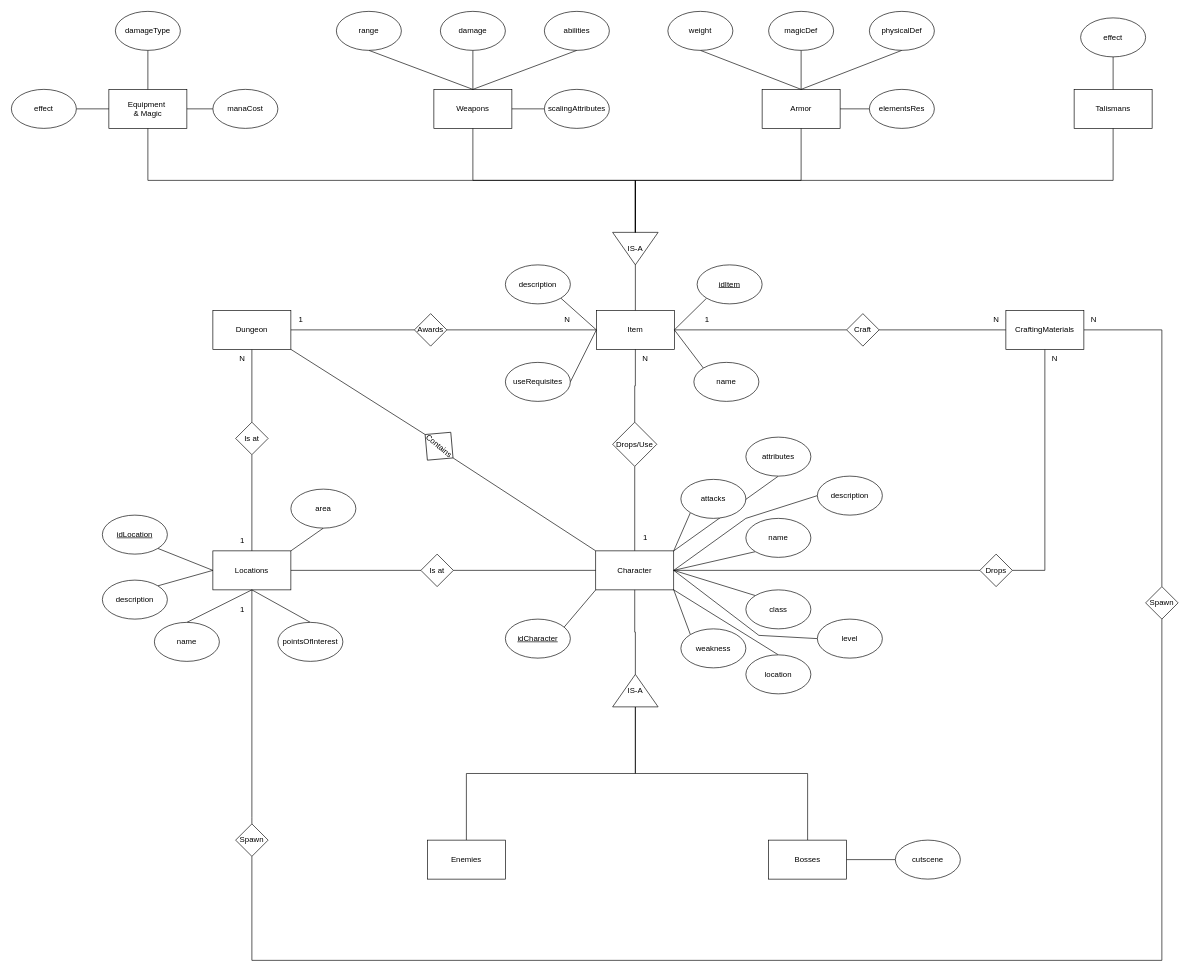
This is BD-Project/DER_Proj.drawio from aokiLourenco/BD, a draw.io file, before an edit. Source tidied: cells renumbered, new cells numbered last; positions are measured from the earlier drawing's top-left corner, leaving out a move shared by most shapes. Both pictures are drawn from the tidied source at 65%, with x=0, y=0 at pixel (11, 11).
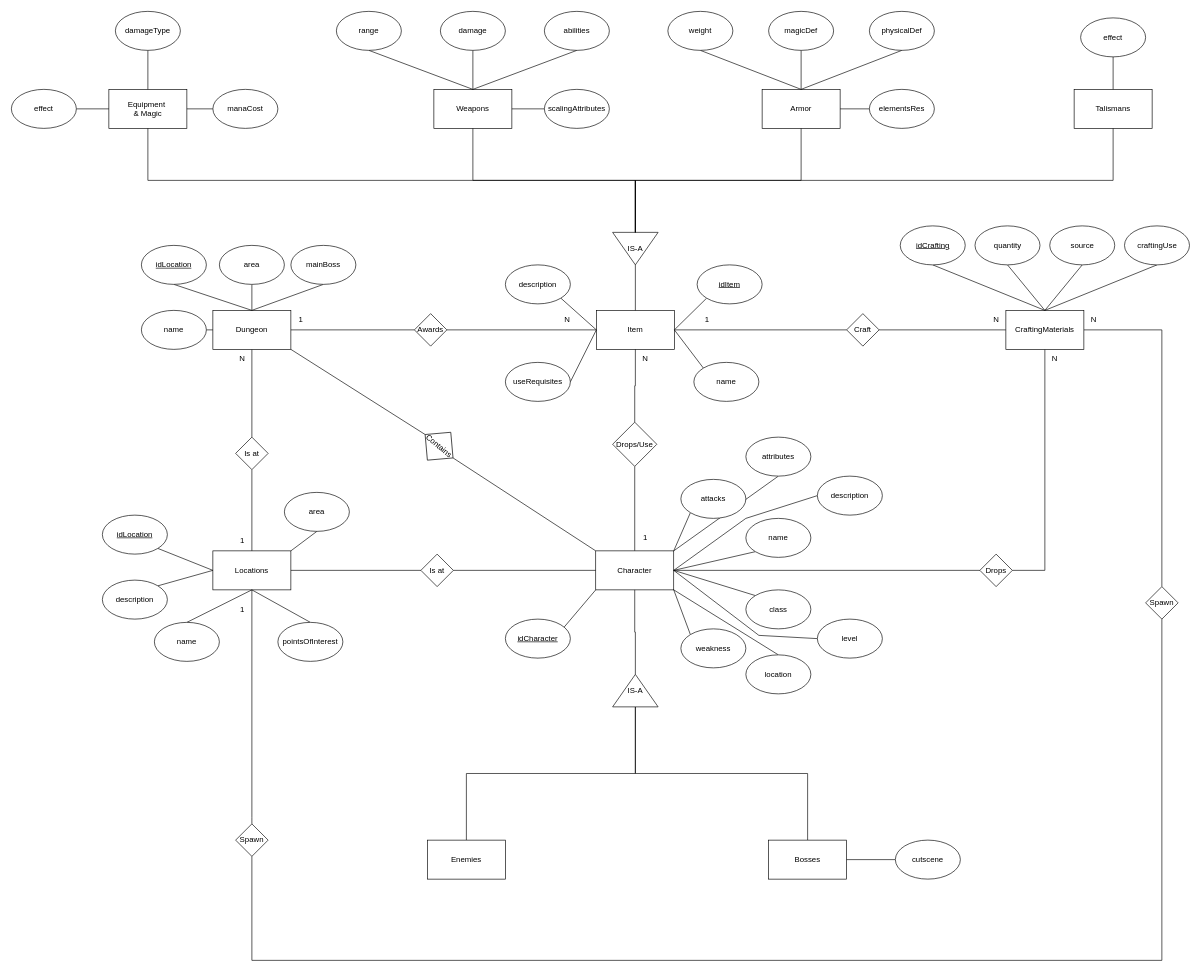
After the change.

The change refers to these unchanged cells:
```xml
<mxCell id="97" value="Dungeon" style="rounded=0;whiteSpace=wrap;html=1;" parent="1" vertex="1">
  <mxGeometry x="310" y="460" width="120" height="60" as="geometry" />
</mxCell>
<mxCell id="104" value="CraftingMaterials" style="rounded=0;whiteSpace=wrap;html=1;" parent="1" vertex="1">
  <mxGeometry x="1530" y="460" width="120" height="60" as="geometry" />
</mxCell>
```

Change to the diagram source:
```diff
@@
     <mxCell id="76" value="area" style="ellipse;whiteSpace=wrap;html=1;" parent="1" vertex="1">
-      <mxGeometry x="430" y="735" width="100" height="60" as="geometry" />
+      <mxGeometry x="420" y="740" width="100" height="60" as="geometry" />
     </mxCell>
@@
     <mxCell id="101" value="Is at" style="rhombus;whiteSpace=wrap;html=1;" parent="1" vertex="1">
-      <mxGeometry x="345" y="632" width="50" height="50" as="geometry" />
+      <mxGeometry x="345" y="655" width="50" height="50" as="geometry" />
     </mxCell>
@@
+    <mxCell id="122" style="rounded=0;jettySize=auto;html=1;exitX=0.5;exitY=1;exitDx=0;exitDy=0;entryX=0.5;entryY=0;entryDx=0;entryDy=0;endArrow=none;endFill=0;" parent="1" edge="1" source="123" target="97">
+      <mxGeometry relative="1" as="geometry" />
+    </mxCell>
+    <mxCell id="123" value="&lt;u&gt;idLocation&lt;/u&gt;" style="ellipse;whiteSpace=wrap;html=1;" parent="1" vertex="1">
+      <mxGeometry x="200" y="360" width="100" height="60" as="geometry" />
+    </mxCell>
+    <mxCell id="124" style="rounded=0;jettySize=auto;html=1;exitX=1;exitY=0.5;exitDx=0;exitDy=0;entryX=0;entryY=0.5;entryDx=0;entryDy=0;endArrow=none;endFill=0;" parent="1" edge="1" source="125" target="97">
+      <mxGeometry relative="1" as="geometry" />
+    </mxCell>
+    <mxCell id="125" value="name" style="ellipse;whiteSpace=wrap;html=1;" parent="1" vertex="1">
+      <mxGeometry x="200" y="460" width="100" height="60" as="geometry" />
+    </mxCell>
+    <mxCell id="126" style="rounded=0;jettySize=auto;html=1;exitX=0.5;exitY=1;exitDx=0;exitDy=0;entryX=0.5;entryY=0;entryDx=0;entryDy=0;endArrow=none;endFill=0;" parent="1" edge="1" source="127" target="97">
+      <mxGeometry relative="1" as="geometry" />
+    </mxCell>
+    <mxCell id="127" value="area" style="ellipse;whiteSpace=wrap;html=1;" parent="1" vertex="1">
+      <mxGeometry x="320" y="360" width="100" height="60" as="geometry" />
+    </mxCell>
+    <mxCell id="128" style="rounded=0;jettySize=auto;html=1;exitX=0.5;exitY=1;exitDx=0;exitDy=0;entryX=0.5;entryY=0;entryDx=0;entryDy=0;endArrow=none;endFill=0;" parent="1" edge="1" source="129" target="97">
+      <mxGeometry relative="1" as="geometry" />
+    </mxCell>
+    <mxCell id="129" value="mainBoss" style="ellipse;whiteSpace=wrap;html=1;" parent="1" vertex="1">
+      <mxGeometry x="430" y="360" width="100" height="60" as="geometry" />
+    </mxCell>
+    <mxCell id="130" style="rounded=0;jettySize=auto;html=1;exitX=0.5;exitY=1;exitDx=0;exitDy=0;entryX=0.5;entryY=0;entryDx=0;entryDy=0;endArrow=none;endFill=0;" parent="1" edge="1" source="131" target="104">
+      <mxGeometry relative="1" as="geometry" />
+    </mxCell>
+    <mxCell id="131" value="&lt;u&gt;idCrafting&lt;/u&gt;" style="ellipse;whiteSpace=wrap;html=1;" parent="1" vertex="1">
+      <mxGeometry x="1367.5" y="330" width="100" height="60" as="geometry" />
+    </mxCell>
+    <mxCell id="132" style="rounded=0;jettySize=auto;html=1;exitX=0.5;exitY=1;exitDx=0;exitDy=0;entryX=0.5;entryY=0;entryDx=0;entryDy=0;endArrow=none;endFill=0;" parent="1" edge="1" source="133" target="104">
+      <mxGeometry relative="1" as="geometry" />
+    </mxCell>
+    <mxCell id="133" value="quantity" style="ellipse;whiteSpace=wrap;html=1;" parent="1" vertex="1">
+      <mxGeometry x="1482.5" y="330" width="100" height="60" as="geometry" />
+    </mxCell>
+    <mxCell id="134" style="rounded=0;jettySize=auto;html=1;exitX=0.5;exitY=1;exitDx=0;exitDy=0;entryX=0.5;entryY=0;entryDx=0;entryDy=0;endArrow=none;endFill=0;" parent="1" edge="1" source="135" target="104">
+      <mxGeometry relative="1" as="geometry" />
+    </mxCell>
+    <mxCell id="135" value="source" style="ellipse;whiteSpace=wrap;html=1;" parent="1" vertex="1">
+      <mxGeometry x="1597.5" y="330" width="100" height="60" as="geometry" />
+    </mxCell>
+    <mxCell id="136" style="rounded=0;jettySize=auto;html=1;exitX=0.5;exitY=1;exitDx=0;exitDy=0;entryX=0.5;entryY=0;entryDx=0;entryDy=0;endArrow=none;endFill=0;" parent="1" edge="1" source="137" target="104">
+      <mxGeometry relative="1" as="geometry" />
+    </mxCell>
+    <mxCell id="137" value="craftingUse" style="ellipse;whiteSpace=wrap;html=1;" parent="1" vertex="1">
+      <mxGeometry x="1712.5" y="330" width="100" height="60" as="geometry" />
+    </mxCell>
```
